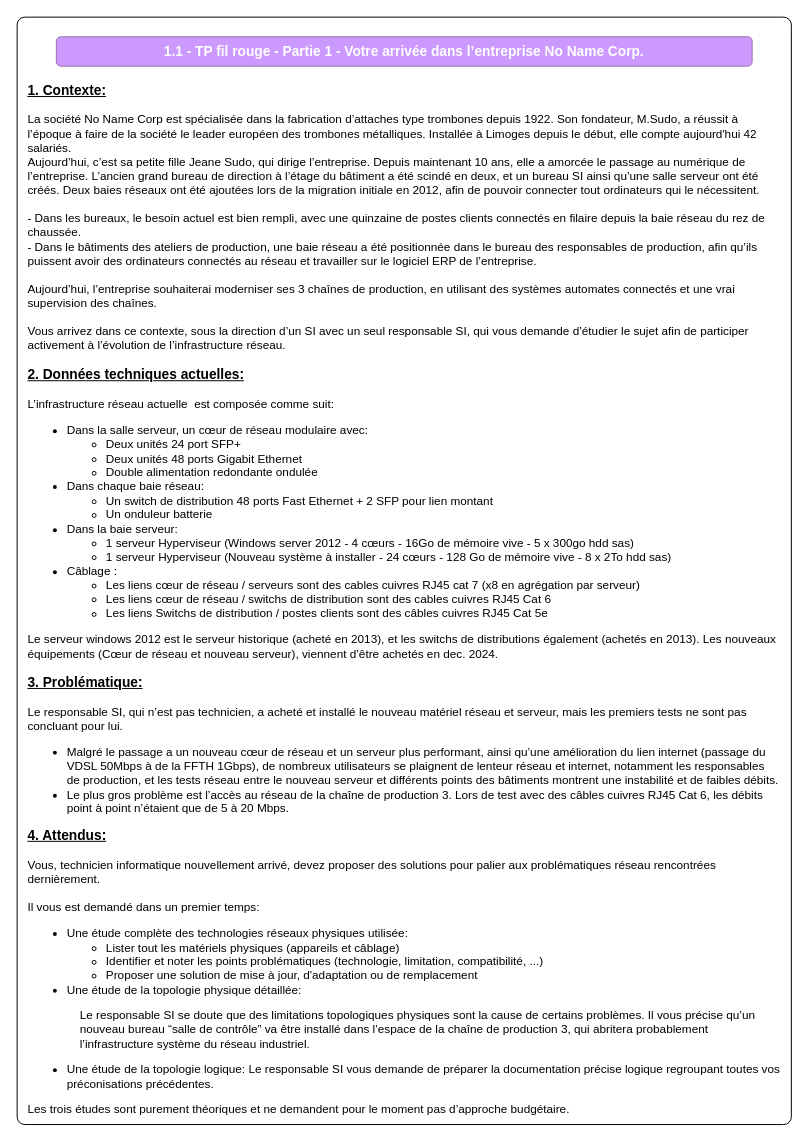
Before: page "Sujet" (1 of 5) of 1-1-Materiel-physique/1.1-TP-part1.drawio in No-Name-Academy/Networking-for-noobs, a draw.io diagram. Source tidied: cells renumbered, new cells numbered last; positions are measured from the earlier drawing's top-left corner, leaving out a move shared by most shapes. Both pictures are drawn from the tidied source at 98%, with x=0, y=0 at pixel (17, 17).
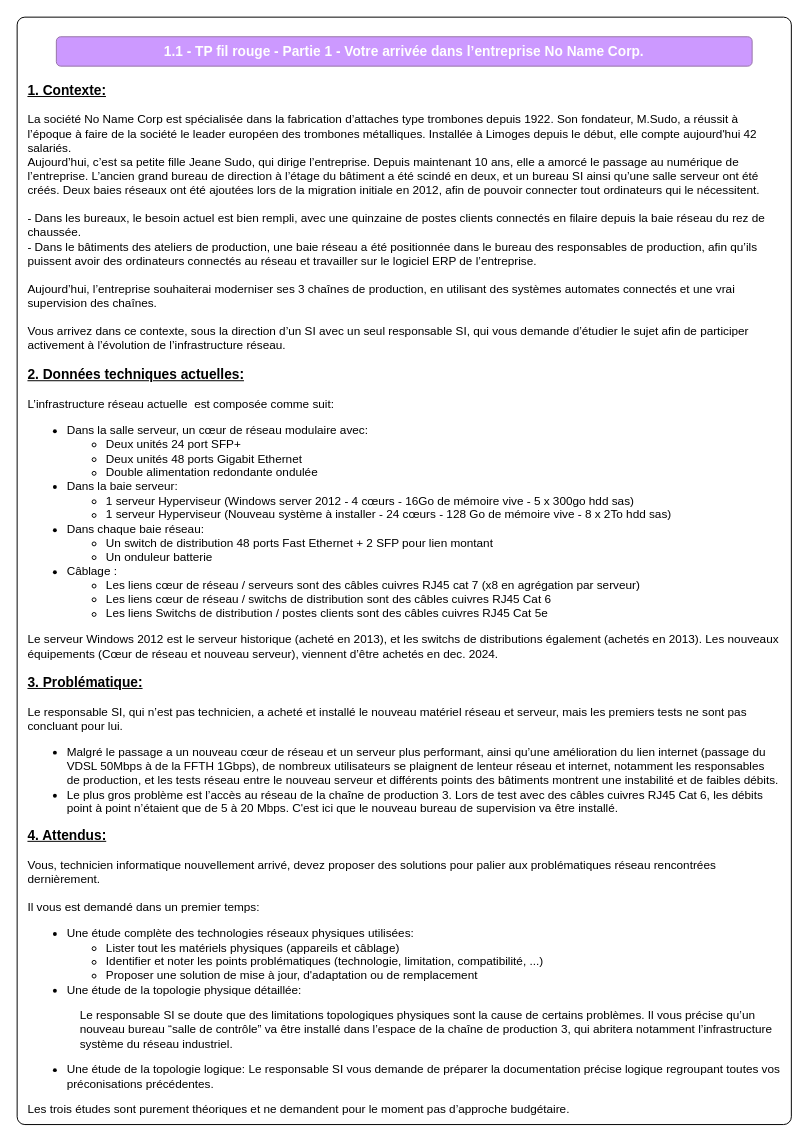
The same diagram, later.

Commit message (it also covers changes not shown here):
Mettre à jour 1.1-TP-part1.drawio

What changed in the source:
```diff
@@
 <mxGraphModel>
   <root>
     <mxCell id="0" />
     <mxCell id="1" parent="0" />
     <mxCell id="2" style="rounded=1;whiteSpace=wrap;html=1;arcSize=1;" parent="1" vertex="1">
       <mxGeometry width="790" height="1130" as="geometry" />
     </mxCell>
-    <mxCell id="3" value="&lt;b&gt;&lt;u&gt;&lt;font style=&quot;font-size: 14px;&quot;&gt;1. Contexte:&lt;/font&gt;&lt;/u&gt;&lt;/b&gt;&lt;div&gt;&lt;br&gt;&lt;/div&gt;&lt;div&gt;La société No Name Corp est spécialisée dans la fabrication d’attaches type trombones depuis 1922. Son fondateur, M.Sudo, a réussit à l’époque à faire de la société le leader européen des trombones métalliques. Installée à Limoges depuis le début, elle compte aujourd'hui 42 salariés.&lt;/div&gt;&lt;div&gt;Aujourd’hui, c’est sa petite fille Jeane Sudo, qui dirige l’entreprise.&amp;nbsp;&lt;span style=&quot;background-color: transparent; color: light-dark(rgb(0, 0, 0), rgb(255, 255, 255));&quot;&gt;Depuis maintenant 10 ans, elle a amorcée le passage au numérique de l’entreprise. L’ancien grand bureau de direction à l’étage du bâtiment a été scindé en deux, et un bureau SI ainsi qu’une salle serveur ont été créés. Deux baies réseaux ont été ajoutées lors de la migration initiale en 2012, afin de pouvoir connecter tout ordinateurs qui le nécessitent.&lt;/span&gt;&lt;/div&gt;&lt;div&gt;&lt;br&gt;&lt;/div&gt;&lt;div&gt;- Dans les bureaux, le besoin actuel est bien rempli, avec une quinzaine de postes clients connectés en filaire depuis la baie réseau du rez de chaussée.&lt;/div&gt;&lt;div&gt;- Dans le bâtiments des ateliers de production, une baie réseau a été positionnée dans le bureau des responsables de production, afin qu’ils puissent avoir des ordinateurs connectés au réseau et travailler sur le logiciel ERP de l’entreprise.&lt;br&gt;&lt;/div&gt;&lt;div&gt;&lt;br&gt;&lt;/div&gt;&lt;div&gt;Aujourd’hui, l’entreprise souhaiterai moderniser ses 3 chaînes de production, en utilisant des systèmes automates connectés et une vrai supervision des chaînes.&lt;/div&gt;&lt;div&gt;&lt;br&gt;&lt;/div&gt;&lt;div&gt;Vous arrivez dans ce contexte, sous la direction d’un SI avec un seul responsable SI, qui vous demande d’étudier le sujet afin de participer activement à l’évolution de l’infrastructure réseau.&lt;/div&gt;&lt;div&gt;&lt;br&gt;&lt;/div&gt;&lt;div&gt;&lt;b&gt;&lt;u&gt;&lt;font style=&quot;font-size: 14px;&quot;&gt;2. Données techniques actuelles:&lt;/font&gt;&lt;/u&gt;&lt;/b&gt;&lt;/div&gt;&lt;div&gt;&lt;br&gt;&lt;/div&gt;&lt;div&gt;L’infrastructure réseau actuelle &amp;nbsp;est composée comme suit:&lt;/div&gt;&lt;div&gt;&lt;ul&gt;&lt;li&gt;Dans la salle serveur, un cœur de réseau modulaire avec:&lt;/li&gt;&lt;ul&gt;&lt;li&gt;Deux unités 24 port SFP+&lt;/li&gt;&lt;li&gt;Deux unités 48 ports Gigabit Ethernet&lt;/li&gt;&lt;li&gt;Double alimentation redondante ondulée&lt;/li&gt;&lt;/ul&gt;&lt;li&gt;Dans chaque baie réseau:&lt;/li&gt;&lt;ul&gt;&lt;li&gt;Un switch de distribution 48 ports Fast Ethernet + 2 SFP pour lien montant&lt;/li&gt;&lt;li&gt;Un onduleur batterie&lt;/li&gt;&lt;/ul&gt;&lt;li&gt;Dans la baie serveur:&lt;/li&gt;&lt;ul&gt;&lt;li&gt;1 serveur Hyperviseur (Windows server 2012 - 4 cœurs - 16Go de mémoire vive - 5 x 300go hdd sas)&lt;/li&gt;&lt;li&gt;1 serveur Hyperviseur (Nouveau système à installer - 24 cœurs - 128 Go de mémoire vive - 8 x 2To hdd sas)&lt;/li&gt;&lt;/ul&gt;&lt;li&gt;Câblage :&amp;nbsp;&lt;/li&gt;&lt;ul&gt;&lt;li&gt;Les liens cœur de réseau / serveurs sont des cables cuivres RJ45 cat 7 (x8 en agrégation par serveur)&lt;/li&gt;&lt;li&gt;Les liens cœur de réseau / switchs de distribution sont des cables cuivres RJ45 Cat 6&lt;/li&gt;&lt;li&gt;Les liens Switchs de distribution / postes clients sont des câbles cuivres RJ45 Cat 5e&lt;/li&gt;&lt;/ul&gt;&lt;/ul&gt;&lt;div&gt;Le serveur windows 2012 est le serveur historique (acheté en 2013), et les switchs de distributions également (achetés en 2013). Les nouveaux équipements (Cœur de réseau et nouveau serveur), viennent d’être achetés en dec. 2024.&lt;/div&gt;&lt;/div&gt;&lt;div&gt;&lt;br&gt;&lt;/div&gt;&lt;div&gt;&lt;b&gt;&lt;u&gt;&lt;font style=&quot;font-size: 14px;&quot;&gt;3. Problématique:&lt;/font&gt;&lt;/u&gt;&lt;/b&gt;&lt;/div&gt;&lt;div&gt;&lt;br&gt;&lt;/div&gt;&lt;div&gt;Le responsable SI, qui n’est pas technicien, a acheté et installé le nouveau matériel réseau et serveur, mais les premiers tests ne sont pas concluant pour lui.&lt;/div&gt;&lt;div&gt;&lt;ul&gt;&lt;li&gt;Malgré le passage a un nouveau cœur de réseau et un serveur plus performant, ainsi qu’une amélioration du lien internet (passage du VDSL 50Mbps à de la FFTH 1Gbps), de nombreux utilisateurs se plaignent de lenteur réseau et internet, notamment les responsables de production, et les tests réseau entre le nouveau serveur et différents points des bâtiments montrent une instabilité et de faibles débits.&lt;br&gt;&lt;/li&gt;&lt;li&gt;Le plus gros problème est l’accès au réseau de la chaîne de production 3. Lors de test avec des câbles cuivres RJ45 Cat 6, les débits point à point n’étaient que de 5 à 20 Mbps.&lt;/li&gt;&lt;/ul&gt;&lt;/div&gt;&lt;div&gt;&lt;b&gt;&lt;u&gt;&lt;font style=&quot;font-size: 14px;&quot;&gt;4. Attendus:&lt;/font&gt;&lt;/u&gt;&lt;/b&gt;&lt;/div&gt;&lt;div&gt;&lt;br&gt;&lt;/div&gt;&lt;div&gt;Vous, technicien informatique nouvellement arrivé, devez proposer des solutions pour palier aux problématiques réseau rencontrées dernièrement.&lt;/div&gt;&lt;div&gt;&lt;br&gt;&lt;/div&gt;&lt;div&gt;Il vous est demandé dans un premier temps:&lt;/div&gt;&lt;div&gt;&lt;ul&gt;&lt;li&gt;Une étude complète des technologies réseaux physiques utilisée:&lt;/li&gt;&lt;ul&gt;&lt;li&gt;Lister tout les matériels physiques (appareils et câblage)&lt;/li&gt;&lt;li&gt;Identifier et noter les points problématiques (technologie, limitation, compatibilité, ...)&lt;/li&gt;&lt;li&gt;Proposer une solution de mise à jour, d'adaptation ou de remplacement&lt;/li&gt;&lt;/ul&gt;&lt;li&gt;Une étude de la topologie physique détaillée:&lt;/li&gt;&lt;/ul&gt;&lt;div&gt;&lt;span style=&quot;white-space: pre;&quot;&gt;&#9;&lt;/span&gt;&lt;span style=&quot;white-space: pre;&quot;&gt;&#9;&lt;/span&gt;Le responsable SI se doute que des limitations topologiques physiques sont la cause de certains problèmes. Il vous précise qu’un &lt;span style=&quot;white-space: pre;&quot;&gt;&#9;&lt;/span&gt;&lt;span style=&quot;white-space: pre;&quot;&gt;&#9;&lt;/span&gt;nouveau bureau “salle de contrôle” va être installé dans l’espace de la chaîne de production 3, qui abritera probablement &lt;span style=&quot;white-space: pre;&quot;&gt;&#9;&lt;/span&gt;&lt;span style=&quot;white-space: pre;&quot;&gt;&#9;&lt;/span&gt;l’infrastructure système du réseau industriel.&lt;/div&gt;&lt;/div&gt;&lt;div&gt;&lt;ul&gt;&lt;li&gt;Une étude de la topologie logique: Le responsable SI vous demande de préparer la documentation précise logique regroupant toutes vos préconisations précédentes.&lt;/li&gt;&lt;/ul&gt;&lt;/div&gt;&lt;div&gt;Les trois études sont purement théoriques et ne demandent pour le moment pas d’approche budgétaire.&amp;nbsp;&lt;/div&gt;" style="text;html=1;align=left;verticalAlign=top;whiteSpace=wrap;rounded=0;" parent="1" vertex="1">
+    <mxCell id="3" value="&lt;b&gt;&lt;u&gt;&lt;font style=&quot;font-size: 14px;&quot;&gt;1. Contexte:&lt;/font&gt;&lt;/u&gt;&lt;/b&gt;&lt;div&gt;&lt;br&gt;&lt;/div&gt;&lt;div&gt;La société No Name Corp est spécialisée dans la fabrication d’attaches type trombones depuis 1922. Son fondateur, M.Sudo, a réussit à l’époque à faire de la société le leader européen des trombones métalliques. Installée à Limoges depuis le début, elle compte aujourd'hui 42 salariés.&lt;/div&gt;&lt;div&gt;Aujourd’hui, c’est sa petite fille Jeane Sudo, qui dirige l’entreprise.&amp;nbsp;&lt;span style=&quot;background-color: transparent; color: light-dark(rgb(0, 0, 0), rgb(255, 255, 255));&quot;&gt;Depuis maintenant 10 ans, elle a amorcé le passage au numérique de l’entreprise. L’ancien grand bureau de direction à l’étage du bâtiment a été scindé en deux, et un bureau SI ainsi qu’une salle serveur ont été créés. Deux baies réseaux ont été ajoutées lors de la migration initiale en 2012, afin de pouvoir connecter tout ordinateurs qui le nécessitent.&lt;/span&gt;&lt;/div&gt;&lt;div&gt;&lt;br&gt;&lt;/div&gt;&lt;div&gt;- Dans les bureaux, le besoin actuel est bien rempli, avec une quinzaine de postes clients connectés en filaire depuis la baie réseau du rez de chaussée.&lt;/div&gt;&lt;div&gt;- Dans le bâtiments des ateliers de production, une baie réseau a été positionnée dans le bureau des responsables de production, afin qu’ils puissent avoir des ordinateurs connectés au réseau et travailler sur le logiciel ERP de l’entreprise.&lt;br&gt;&lt;/div&gt;&lt;div&gt;&lt;br&gt;&lt;/div&gt;&lt;div&gt;Aujourd’hui, l’entreprise souhaiterai moderniser ses 3 chaînes de production, en utilisant des systèmes automates connectés et une vrai supervision des chaînes.&lt;/div&gt;&lt;div&gt;&lt;br&gt;&lt;/div&gt;&lt;div&gt;Vous arrivez dans ce contexte, sous la direction d’un SI avec un seul responsable SI, qui vous demande d’étudier le sujet afin de participer activement à l’évolution de l’infrastructure réseau.&lt;/div&gt;&lt;div&gt;&lt;br&gt;&lt;/div&gt;&lt;div&gt;&lt;b&gt;&lt;u&gt;&lt;font style=&quot;font-size: 14px;&quot;&gt;2. Données techniques actuelles:&lt;/font&gt;&lt;/u&gt;&lt;/b&gt;&lt;/div&gt;&lt;div&gt;&lt;br&gt;&lt;/div&gt;&lt;div&gt;L’infrastructure réseau actuelle &amp;nbsp;est composée comme suit:&lt;/div&gt;&lt;div&gt;&lt;ul&gt;&lt;li&gt;Dans la salle serveur, un cœur de réseau modulaire avec:&lt;/li&gt;&lt;ul&gt;&lt;li&gt;Deux unités 24 port SFP+&lt;/li&gt;&lt;li&gt;Deux unités 48 ports Gigabit Ethernet&lt;/li&gt;&lt;li&gt;Double alimentation redondante ondulée&lt;/li&gt;&lt;/ul&gt;&lt;li&gt;Dans la baie serveur:&lt;/li&gt;&lt;ul&gt;&lt;li&gt;1 serveur Hyperviseur (Windows server 2012 - 4 cœurs - 16Go de mémoire vive - 5 x 300go hdd sas)&lt;/li&gt;&lt;li&gt;1 serveur Hyperviseur (Nouveau système à installer - 24 cœurs - 128 Go de mémoire vive - 8 x 2To hdd sas)&lt;/li&gt;&lt;/ul&gt;&lt;li&gt;Dans chaque baie réseau:&lt;/li&gt;&lt;ul&gt;&lt;li&gt;Un switch de distribution 48 ports Fast Ethernet + 2 SFP pour lien montant&lt;/li&gt;&lt;li&gt;Un onduleur batterie&lt;/li&gt;&lt;/ul&gt;&lt;li&gt;Câblage :&amp;nbsp;&lt;/li&gt;&lt;ul&gt;&lt;li&gt;Les liens cœur de réseau / serveurs sont des câbles cuivres RJ45 cat 7 (x8 en agrégation par serveur)&lt;/li&gt;&lt;li&gt;Les liens cœur de réseau / switchs de distribution sont des câbles cuivres RJ45 Cat 6&lt;/li&gt;&lt;li&gt;Les liens Switchs de distribution / postes clients sont des câbles cuivres RJ45 Cat 5e&lt;/li&gt;&lt;/ul&gt;&lt;/ul&gt;&lt;div&gt;Le serveur Windows 2012 est le serveur historique (acheté en 2013), et les switchs de distributions également (achetés en 2013). Les nouveaux équipements (Cœur de réseau et nouveau serveur), viennent d’être achetés en dec. 2024.&lt;/div&gt;&lt;/div&gt;&lt;div&gt;&lt;br&gt;&lt;/div&gt;&lt;div&gt;&lt;b&gt;&lt;u&gt;&lt;font style=&quot;font-size: 14px;&quot;&gt;3. Problématique:&lt;/font&gt;&lt;/u&gt;&lt;/b&gt;&lt;/div&gt;&lt;div&gt;&lt;br&gt;&lt;/div&gt;&lt;div&gt;Le responsable SI, qui n’est pas technicien, a acheté et installé le nouveau matériel réseau et serveur, mais les premiers tests ne sont pas concluant pour lui.&lt;/div&gt;&lt;div&gt;&lt;ul&gt;&lt;li&gt;Malgré le passage a un nouveau cœur de réseau et un serveur plus performant, ainsi qu’une amélioration du lien internet (passage du VDSL 50Mbps à de la FFTH 1Gbps), de nombreux utilisateurs se plaignent de lenteur réseau et internet, notamment les responsables de production, et les tests réseau entre le nouveau serveur et différents points des bâtiments montrent une instabilité et de faibles débits.&lt;br&gt;&lt;/li&gt;&lt;li&gt;Le plus gros problème est l’accès au réseau de la chaîne de production 3. Lors de test avec des câbles cuivres RJ45 Cat 6, les débits point à point n’étaient que de 5 à 20 Mbps. C'est ici que le nouveau bureau de supervision va être installé.&lt;/li&gt;&lt;/ul&gt;&lt;/div&gt;&lt;div&gt;&lt;b&gt;&lt;u&gt;&lt;font style=&quot;font-size: 14px;&quot;&gt;4. Attendus:&lt;/font&gt;&lt;/u&gt;&lt;/b&gt;&lt;/div&gt;&lt;div&gt;&lt;br&gt;&lt;/div&gt;&lt;div&gt;Vous, technicien informatique nouvellement arrivé, devez proposer des solutions pour palier aux problématiques réseau rencontrées dernièrement.&lt;/div&gt;&lt;div&gt;&lt;br&gt;&lt;/div&gt;&lt;div&gt;Il vous est demandé dans un premier temps:&lt;/div&gt;&lt;div&gt;&lt;ul&gt;&lt;li&gt;Une étude complète des technologies réseaux physiques utilisées:&lt;/li&gt;&lt;ul&gt;&lt;li&gt;Lister tout les matériels physiques (appareils et câblage)&lt;/li&gt;&lt;li&gt;Identifier et noter les points problématiques (technologie, limitation, compatibilité, ...)&lt;/li&gt;&lt;li&gt;Proposer une solution de mise à jour, d'adaptation ou de remplacement&lt;/li&gt;&lt;/ul&gt;&lt;li&gt;Une étude de la topologie physique détaillée:&lt;/li&gt;&lt;/ul&gt;&lt;div&gt;&lt;span style=&quot;white-space: pre;&quot;&gt;&#9;&lt;/span&gt;&lt;span style=&quot;white-space: pre;&quot;&gt;&#9;&lt;/span&gt;Le responsable SI se doute que des limitations topologiques physiques sont la cause de certains problèmes. Il vous précise qu’un &lt;span style=&quot;white-space: pre;&quot;&gt;&#9;&lt;/span&gt;&lt;span style=&quot;white-space: pre;&quot;&gt;&#9;&lt;/span&gt;nouveau bureau “salle de contrôle” va être installé dans l’espace de la chaîne de production 3, qui abritera notamment l’infrastructure &lt;span style=&quot;white-space: pre;&quot;&gt;&#9;&lt;/span&gt;&lt;span style=&quot;white-space: pre;&quot;&gt;&#9;&lt;/span&gt;système du réseau industriel.&lt;/div&gt;&lt;/div&gt;&lt;div&gt;&lt;ul&gt;&lt;li&gt;Une étude de la topologie logique: Le responsable SI vous demande de préparer la documentation précise logique regroupant toutes vos préconisations précédentes.&lt;/li&gt;&lt;/ul&gt;&lt;/div&gt;&lt;div&gt;Les trois études sont purement théoriques et ne demandent pour le moment pas d’approche budgétaire.&amp;nbsp;&lt;/div&gt;" style="text;html=1;align=left;verticalAlign=top;whiteSpace=wrap;rounded=0;" parent="1" vertex="1">
       <mxGeometry x="9" y="60" width="770" height="1070" as="geometry" />
     </mxCell>
     <mxCell id="4" value="1.1 - TP fil rouge - Partie 1 - Votre arrivée dans l’entreprise No Name Corp." style="rounded=1;whiteSpace=wrap;html=1;fillColor=#CC99FF;strokeColor=#9673a6;fontColor=#FFFFFF;fontSize=14;fontStyle=1;" parent="1" vertex="1">
       <mxGeometry x="40" y="20" width="710" height="30" as="geometry" />
     </mxCell>
   </root>
 </mxGraphModel>
```
